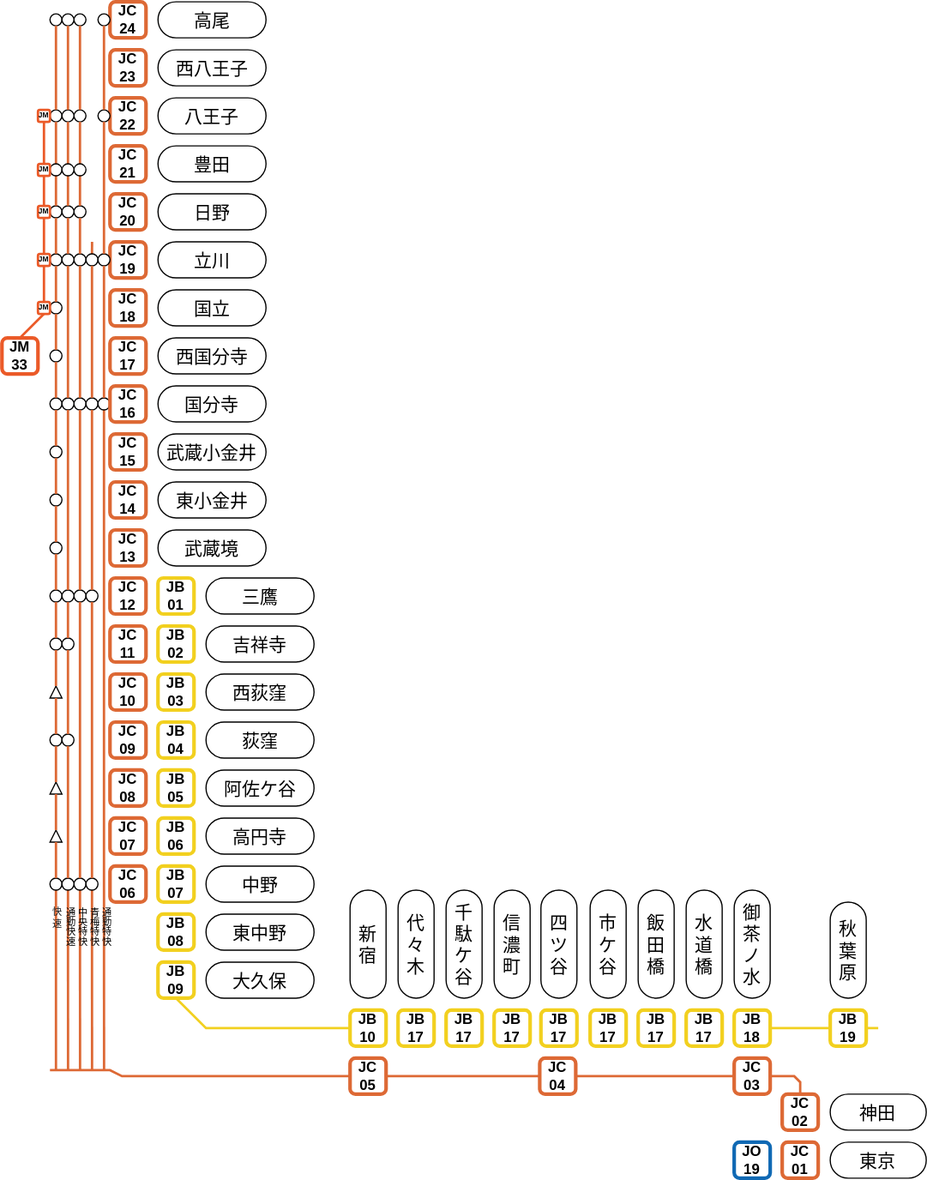
Above: svg/chuouhonsen.svg in lyw6024/lyw6024.github.io (draw.io), before the change. Source tidied: cells renumbered, new cells last; positions are measured from the earlier drawing's top-left corner, leaving out a move shared by most shapes.
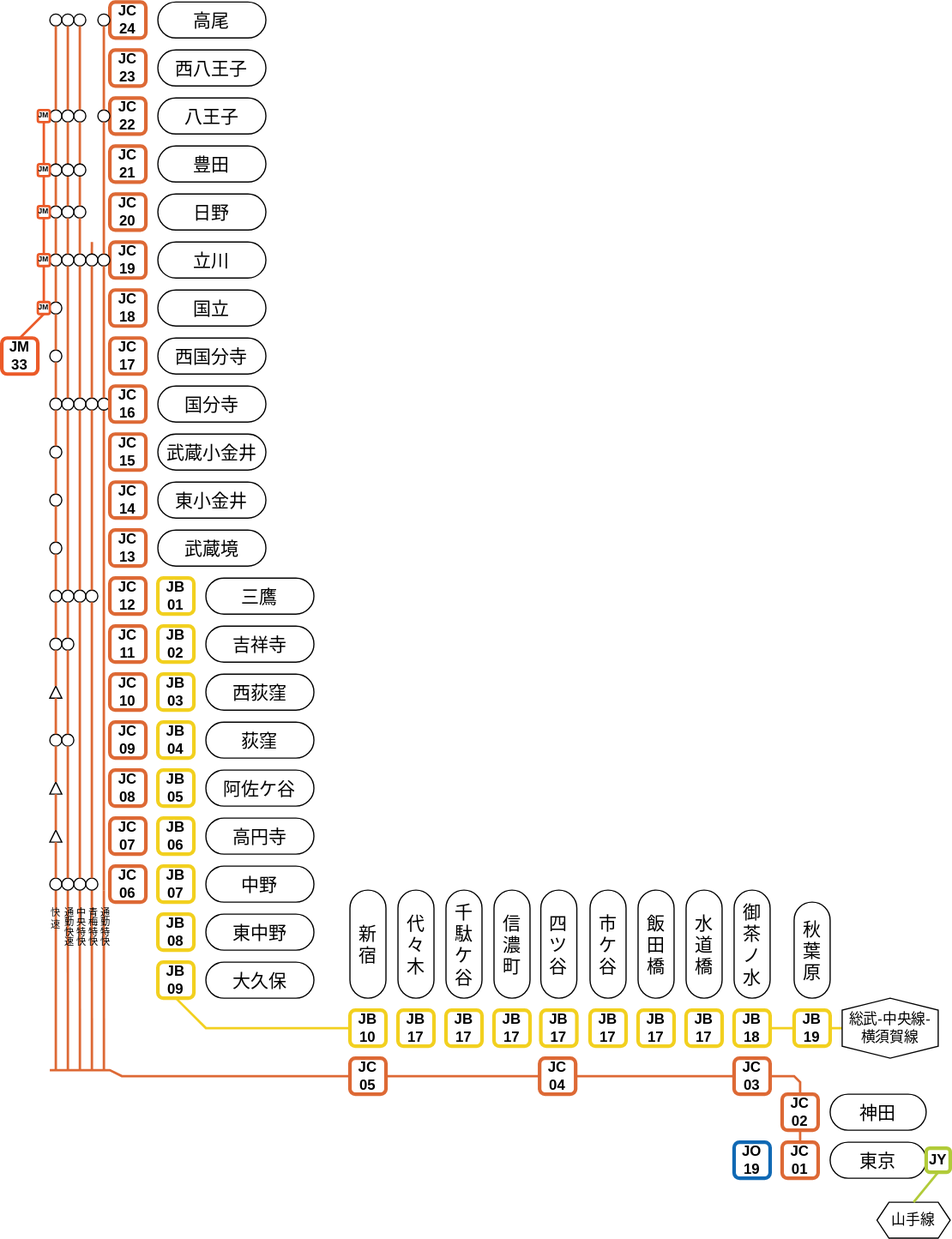
After the commit.

The edit, as a diff of the source:
```diff
@@ -2,9 +2,9 @@
   <root>
     <mxCell id="0" />
     <mxCell id="1" parent="0" />
-    <mxCell id="2" style="edgeStyle=none;shape=connector;rounded=0;jettySize=auto;html=1;exitX=0.5;exitY=0;exitDx=0;exitDy=0;entryX=0.5;entryY=1;entryDx=0;entryDy=0;strokeColor=#EB5A28;strokeWidth=2;align=center;verticalAlign=middle;fontFamily=Helvetica;fontSize=11;fontColor=default;labelBackgroundColor=default;endArrow=none;endFill=0;" parent="1" edge="1" source="x">
+    <mxCell id="2" style="edgeStyle=none;shape=connector;rounded=0;orthogonalLoop=1;jettySize=auto;html=1;exitX=0.5;exitY=0;exitDx=0;exitDy=0;entryX=0.5;entryY=1;entryDx=0;entryDy=0;strokeColor=#EB5A28;strokeWidth=2;align=center;verticalAlign=middle;fontFamily=Helvetica;fontSize=11;fontColor=default;labelBackgroundColor=default;endArrow=none;endFill=0;" parent="1" edge="1">
       <mxGeometry relative="1" as="geometry">
-        <mxPoint x="30" y="225" as="targetPoint" />
+        <mxPoint x="30" y="265" as="targetPoint" />
       </mxGeometry>
     </mxCell>
     <mxCell id="3" value="&lt;b&gt;JO&lt;/b&gt;&lt;div&gt;&lt;b&gt;19&lt;/b&gt;&lt;/div&gt;" style="rounded=1;whiteSpace=wrap;html=1;strokeWidth=3;strokeColor=#1069B4;" parent="1" vertex="1">
@@ -14,18 +14,18 @@
       <mxGeometry x="690" y="950" width="80" height="30" as="geometry" />
     </mxCell>
     <mxCell id="5" value="秋葉原" style="rounded=1;whiteSpace=wrap;html=1;arcSize=50;direction=south;fontSize=15;" parent="1" vertex="1">
-      <mxGeometry x="690" y="750" width="30" height="80" as="geometry" />
+      <mxGeometry x="660" y="750" width="30" height="80" as="geometry" />
     </mxCell>
     <mxCell id="6" style="edgeStyle=none;shape=connector;rounded=0;jettySize=auto;html=1;exitX=0.5;exitY=1;exitDx=0;exitDy=0;entryX=0.5;entryY=0;entryDx=0;entryDy=0;strokeColor=#F2D01F;strokeWidth=2;align=center;verticalAlign=middle;fontFamily=Helvetica;fontSize=11;fontColor=default;labelBackgroundColor=default;endArrow=none;endFill=0;" parent="1" edge="1" source="8" target="9">
       <mxGeometry relative="1" as="geometry" />
     </mxCell>
     <mxCell id="7" style="edgeStyle=none;shape=connector;rounded=0;jettySize=auto;html=1;exitX=0.5;exitY=0;exitDx=0;exitDy=0;strokeColor=#F2D01F;strokeWidth=2;align=center;verticalAlign=middle;fontFamily=Helvetica;fontSize=11;fontColor=default;labelBackgroundColor=default;endArrow=none;endFill=0;" parent="1" edge="1" source="8">
       <mxGeometry relative="1" as="geometry">
-        <mxPoint x="730" y="854.9" as="targetPoint" />
+        <mxPoint x="700" y="855" as="targetPoint" />
       </mxGeometry>
     </mxCell>
     <mxCell id="8" value="&lt;b&gt;JB&lt;/b&gt;&lt;div&gt;&lt;b&gt;19&lt;/b&gt;&lt;/div&gt;" style="rounded=1;whiteSpace=wrap;html=1;strokeWidth=3;strokeColor=#F2D01F;direction=south;" parent="1" vertex="1">
-      <mxGeometry x="690" y="840" width="30" height="30" as="geometry" />
+      <mxGeometry x="660" y="840" width="30" height="30" as="geometry" />
     </mxCell>
     <mxCell id="9" value="&lt;b&gt;JB&lt;/b&gt;&lt;div&gt;&lt;b&gt;18&lt;/b&gt;&lt;/div&gt;" style="rounded=1;whiteSpace=wrap;html=1;strokeWidth=3;strokeColor=#F2D01F;direction=south;" parent="1" vertex="1">
       <mxGeometry x="610" y="840" width="30" height="30" as="geometry" />
@@ -47,6 +47,9 @@
         </Array>
       </mxGeometry>
     </mxCell>
+    <mxCell id="210" style="edgeStyle=none;shape=connector;rounded=0;jettySize=auto;html=1;exitX=0.5;exitY=1;exitDx=0;exitDy=0;entryX=0.5;entryY=0;entryDx=0;entryDy=0;strokeColor=#DD6935;strokeWidth=2;align=center;verticalAlign=middle;fontFamily=Helvetica;fontSize=11;fontColor=default;labelBackgroundColor=default;endArrow=none;endFill=0;" parent="1" edge="1" source="14" target="12">
+      <mxGeometry relative="1" as="geometry" />
+    </mxCell>
     <mxCell id="14" value="&lt;b&gt;JC&lt;/b&gt;&lt;div&gt;&lt;b&gt;02&lt;/b&gt;&lt;/div&gt;" style="rounded=1;whiteSpace=wrap;html=1;strokeWidth=3;strokeColor=#DD6935;" parent="1" vertex="1">
       <mxGeometry x="650" y="910" width="30" height="30" as="geometry" />
     </mxCell>
@@ -622,14 +625,14 @@
     <mxCell id="193" style="edgeStyle=none;shape=connector;rounded=0;jettySize=auto;html=1;exitX=0.5;exitY=0;exitDx=0;exitDy=0;entryX=0.5;entryY=1;entryDx=0;entryDy=0;strokeColor=#DD6935;strokeWidth=2;align=center;verticalAlign=middle;fontFamily=Helvetica;fontSize=11;fontColor=default;labelBackgroundColor=default;endArrow=none;endFill=0;" parent="1" edge="1" source="126" target="148">
       <mxGeometry relative="1" as="geometry" />
     </mxCell>
-    <mxCell id="194" style="edgeStyle=none;shape=connector;rounded=0;jettySize=auto;html=1;exitX=0.5;exitY=0;exitDx=0;exitDy=0;entryX=0.5;entryY=1;entryDx=0;entryDy=0;strokeColor=#EB5A28;strokeWidth=2;align=center;verticalAlign=middle;fontFamily=Helvetica;fontSize=11;fontColor=default;labelBackgroundColor=default;endArrow=none;endFill=0;" parent="1" edge="1" source="x">
+    <mxCell id="194" style="edgeStyle=none;shape=connector;rounded=0;orthogonalLoop=1;jettySize=auto;html=1;exitX=0.5;exitY=0;exitDx=0;exitDy=0;entryX=0.5;entryY=1;entryDx=0;entryDy=0;strokeColor=#EB5A28;strokeWidth=2;align=center;verticalAlign=middle;fontFamily=Helvetica;fontSize=11;fontColor=default;labelBackgroundColor=default;endArrow=none;endFill=0;" parent="1" edge="1">
       <mxGeometry relative="1" as="geometry">
-        <mxPoint x="30" y="185" as="targetPoint" />
+        <mxPoint x="30" y="225" as="targetPoint" />
       </mxGeometry>
     </mxCell>
-    <mxCell id="195" style="edgeStyle=none;shape=connector;rounded=0;jettySize=auto;html=1;exitX=0.5;exitY=0;exitDx=0;exitDy=0;entryX=0.5;entryY=1;entryDx=0;entryDy=0;strokeColor=#EB5A28;strokeWidth=2;align=center;verticalAlign=middle;fontFamily=Helvetica;fontSize=11;fontColor=default;labelBackgroundColor=default;endArrow=none;endFill=0;" parent="1" edge="1" source="x">
+    <mxCell id="195" style="edgeStyle=none;shape=connector;rounded=0;orthogonalLoop=1;jettySize=auto;html=1;exitX=0.5;exitY=0;exitDx=0;exitDy=0;entryX=0.5;entryY=1;entryDx=0;entryDy=0;strokeColor=#EB5A28;strokeWidth=2;align=center;verticalAlign=middle;fontFamily=Helvetica;fontSize=11;fontColor=default;labelBackgroundColor=default;endArrow=none;endFill=0;" parent="1" edge="1">
       <mxGeometry relative="1" as="geometry">
-        <mxPoint x="30" y="150" as="targetPoint" />
+        <mxPoint x="30" y="190" as="targetPoint" />
       </mxGeometry>
     </mxCell>
     <mxCell id="196" style="edgeStyle=none;shape=connector;rounded=0;jettySize=auto;html=1;exitX=0.5;exitY=0;exitDx=0;exitDy=0;entryX=0.5;entryY=1;entryDx=0;entryDy=0;strokeColor=#EB5A28;strokeWidth=2;align=center;verticalAlign=middle;fontFamily=Helvetica;fontSize=11;fontColor=default;labelBackgroundColor=default;endArrow=none;endFill=0;" parent="1" edge="1" source="204" target="201">
@@ -674,5 +677,17 @@
     <mxCell id="209" style="edgeStyle=none;shape=connector;rounded=0;jettySize=auto;html=1;exitX=0.5;exitY=0;exitDx=0;exitDy=0;entryX=0.5;entryY=1;entryDx=0;entryDy=0;strokeColor=#EB5A28;strokeWidth=2;align=center;verticalAlign=middle;fontFamily=Helvetica;fontSize=11;fontColor=default;labelBackgroundColor=default;endArrow=none;endFill=0;" parent="1" edge="1" source="142" target="208">
       <mxGeometry relative="1" as="geometry" />
     </mxCell>
+    <mxCell id="211" value="総武-中央線-&lt;span style=&quot;background-color: initial;&quot;&gt;横須賀線&lt;/span&gt;" style="shape=hexagon;perimeter=hexagonPerimeter2;whiteSpace=wrap;html=1;fixedSize=1;size=10;direction=south;" parent="1" vertex="1">
+      <mxGeometry x="700" y="830" width="80" height="50" as="geometry" />
+    </mxCell>
+    <mxCell id="212" value="山手線" style="shape=hexagon;perimeter=hexagonPerimeter2;whiteSpace=wrap;html=1;fixedSize=1;size=10;" parent="1" vertex="1">
+      <mxGeometry x="729" y="1000" width="61" height="30" as="geometry" />
+    </mxCell>
+    <mxCell id="213" style="edgeStyle=none;shape=connector;rounded=0;jettySize=auto;html=1;exitX=0.5;exitY=1;exitDx=0;exitDy=0;entryX=0.5;entryY=0;entryDx=0;entryDy=0;strokeColor=#B1CB39;strokeWidth=2;align=center;verticalAlign=middle;fontFamily=Helvetica;fontSize=11;fontColor=default;labelBackgroundColor=default;endArrow=none;endFill=0;" parent="1" edge="1" source="214" target="212">
+      <mxGeometry relative="1" as="geometry" />
+    </mxCell>
+    <mxCell id="214" value="&lt;b&gt;JY&lt;/b&gt;" style="rounded=1;whiteSpace=wrap;html=1;strokeWidth=3;strokeColor=#B1CB39;" parent="1" vertex="1">
+      <mxGeometry x="770" y="955" width="20" height="20" as="geometry" />
+    </mxCell>
   </root>
 </mxGraphModel>
```
